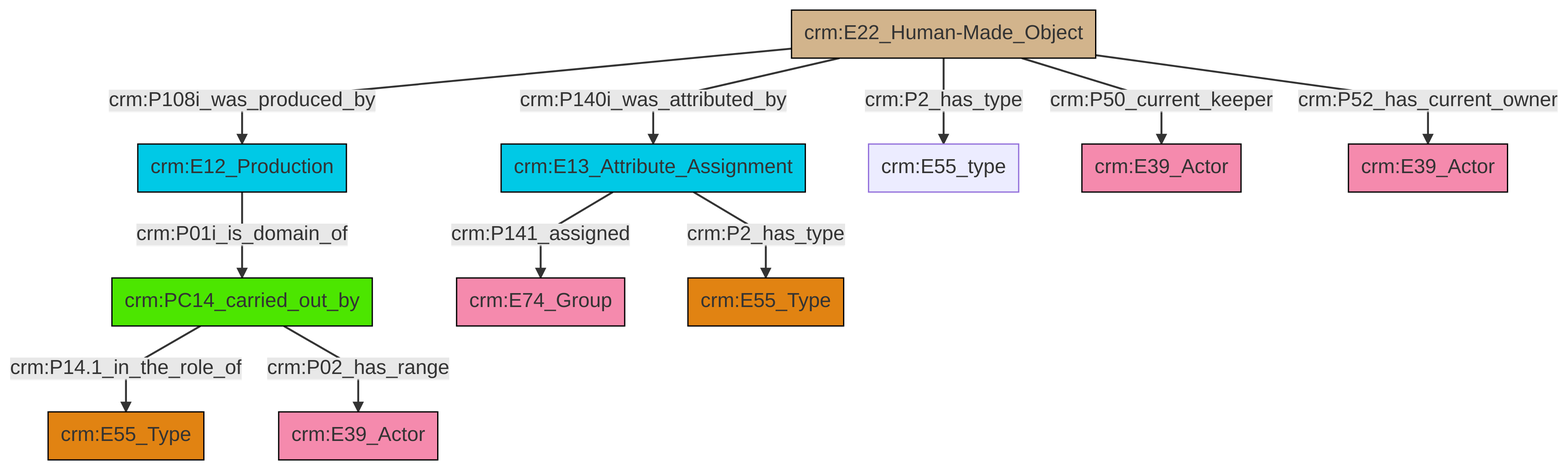
The Mermaid diagram et/artworkCSV/ttl/mmd/png/Artwork_Actor_Relations.png in swiss-art-research-net/docs.swissartresearch, before a commit. Its source is kept beside it as et/artworkCSV/ttl/mmd/Artwork_Actor_Relations.ttl.mmd.
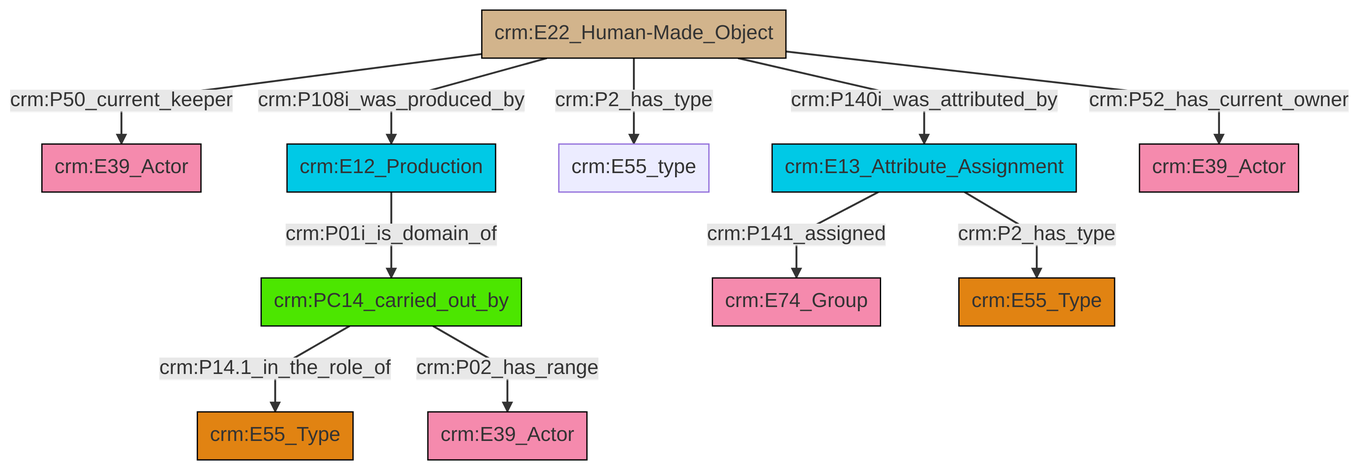
After the commit.

What changed in the source:
```diff
@@ -13,13 +13,13 @@
 classDef PC_Classes fill:#4ce600, stroke:#000000;
 classDef Multi fill:#cccccc,stroke:#000000;
 
-0["crm:E12_Production"]:::Temporal_Entity -->|crm:P01i_is_domain_of| 1["crm:PC14_carried_out_by"]:::PC_Classes
-2["crm:E22_Human-Made_Object"]:::Physical_Thing -->|crm:P108i_was_produced_by| 0["crm:E12_Production"]:::Temporal_Entity
-1["crm:PC14_carried_out_by"]:::PC_Classes -->|crm:P14.1_in_the_role_of| 4["crm:E55_Type"]:::Type
-5["crm:E13_Attribute_Assignment"]:::Temporal_Entity -->|crm:P141_assigned| 6["crm:E74_Group"]:::Actor
-2["crm:E22_Human-Made_Object"]:::Physical_Thing -->|crm:P2_has_type| 7["crm:E55_type"]:::Default
-2["crm:E22_Human-Made_Object"]:::Physical_Thing -->|crm:P50_current_keeper| 11["crm:E39_Actor"]:::Actor
-5["crm:E13_Attribute_Assignment"]:::Temporal_Entity -->|crm:P2_has_type| 16["crm:E55_Type"]:::Type
-1["crm:PC14_carried_out_by"]:::PC_Classes -->|crm:P02_has_range| 14["crm:E39_Actor"]:::Actor
-2["crm:E22_Human-Made_Object"]:::Physical_Thing -->|crm:P52_has_current_owner| 18["crm:E39_Actor"]:::Actor
-2["crm:E22_Human-Made_Object"]:::Physical_Thing -->|crm:P140i_was_attributed_by| 5["crm:E13_Attribute_Assignment"]:::Temporal_Entity
+4["crm:PC14_carried_out_by"]:::PC_Classes -->|crm:P14.1_in_the_role_of| 5["crm:E55_Type"]:::Type
+6["crm:E22_Human-Made_Object"]:::Physical_Thing -->|crm:P50_current_keeper| 7["crm:E39_Actor"]:::Actor
+6["crm:E22_Human-Made_Object"]:::Physical_Thing -->|crm:P108i_was_produced_by| 10["crm:E12_Production"]:::Temporal_Entity
+10["crm:E12_Production"]:::Temporal_Entity -->|crm:P01i_is_domain_of| 4["crm:PC14_carried_out_by"]:::PC_Classes
+4["crm:PC14_carried_out_by"]:::PC_Classes -->|crm:P02_has_range| 0["crm:E39_Actor"]:::Actor
+6["crm:E22_Human-Made_Object"]:::Physical_Thing -->|crm:P2_has_type| 12["crm:E55_type"]:::Default
+18["crm:E13_Attribute_Assignment"]:::Temporal_Entity -->|crm:P141_assigned| 15["crm:E74_Group"]:::Actor
+6["crm:E22_Human-Made_Object"]:::Physical_Thing -->|crm:P140i_was_attributed_by| 18["crm:E13_Attribute_Assignment"]:::Temporal_Entity
+6["crm:E22_Human-Made_Object"]:::Physical_Thing -->|crm:P52_has_current_owner| 8["crm:E39_Actor"]:::Actor
+18["crm:E13_Attribute_Assignment"]:::Temporal_Entity -->|crm:P2_has_type| 2["crm:E55_Type"]:::Type
```
